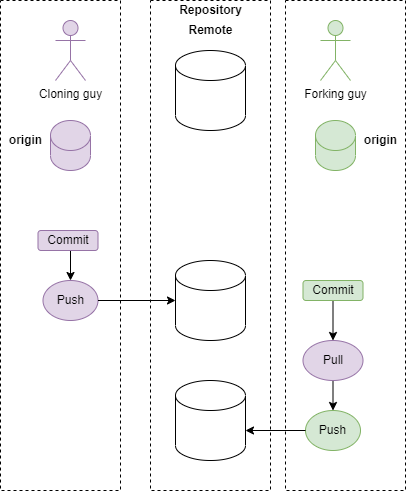
Earlier version of the draw.io export pics/remote.png (dyvenia/git-workshop). Source tidied: cells renumbered, new cells last; positions are measured from the earlier drawing's top-left corner, leaving out a move shared by most shapes.
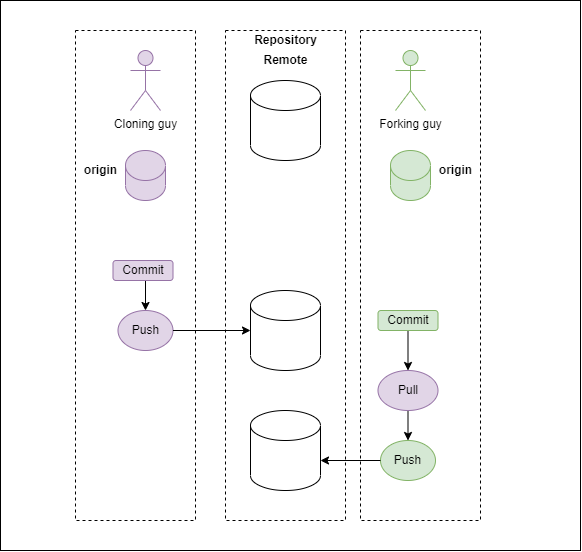
After the change.

What changed in the source:
```diff
@@ -76,5 +76,8 @@
     <mxCell id="25" style="rounded=0;whiteSpace=wrap;html=1;fillColor=none;dashed=1;" parent="1" vertex="1">
       <mxGeometry x="150" width="120" height="490" as="geometry" />
     </mxCell>
+    <mxCell id="26" style="verticalLabelPosition=bottom;verticalAlign=top;html=1;shape=mxgraph.basic.rect;fillColor2=none;strokeWidth=1;size=20;indent=5;fillColor=none;" parent="1" vertex="1">
+      <mxGeometry x="-75" y="-30" width="580" height="550" as="geometry" />
+    </mxCell>
   </root>
 </mxGraphModel>
```
